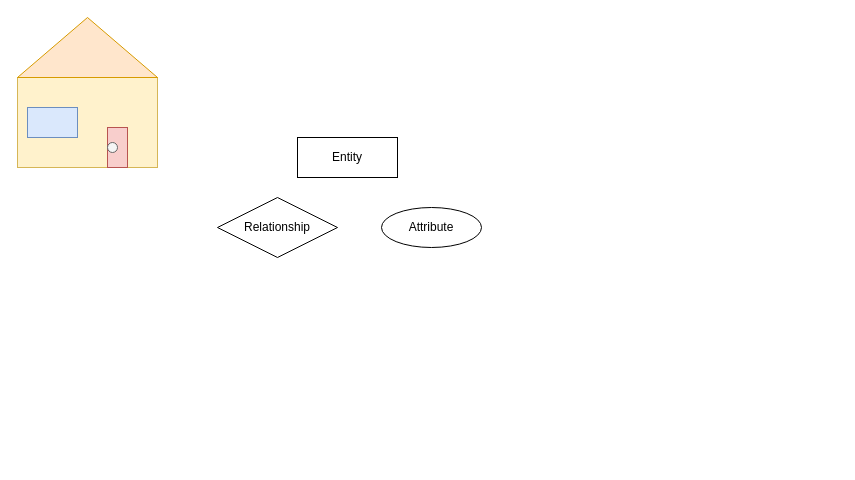
Earlier version of the draw.io diagram pratica1_banco_de_dados.drawio (ngdx4/banco_de_dados1). Source tidied: cells renumbered, new cells numbered last; positions are measured from the earlier drawing's top-left corner, leaving out a move shared by most shapes. Both pictures are drawn from the tidied source at 100%, with x=0, y=0 at pixel (17, 17).
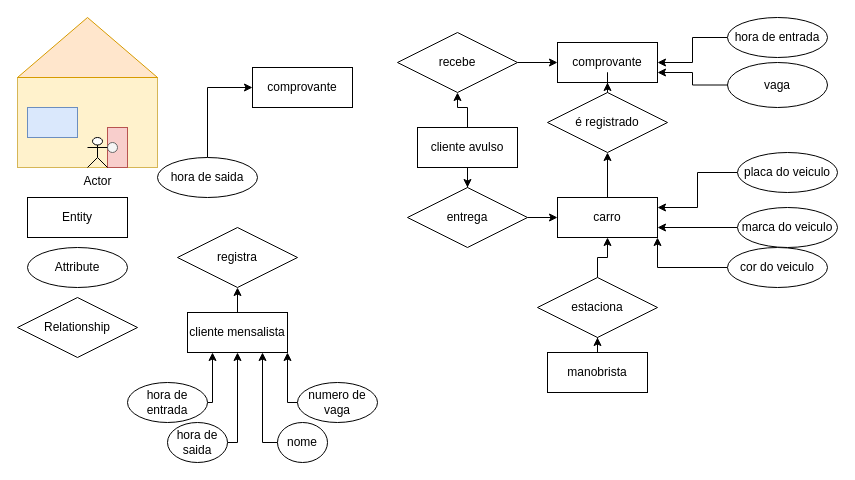
After the change.

Diff of the diagram source:
```diff
@@
     <mxCell id="7" value="Relationship" style="shape=rhombus;perimeter=rhombusPerimeter;whiteSpace=wrap;html=1;align=center;" parent="1" vertex="1">
-      <mxGeometry x="200" y="180" width="120" height="60" as="geometry" />
+      <mxGeometry y="280" width="120" height="60" as="geometry" />
     </mxCell>
     <mxCell id="8" value="Attribute" style="ellipse;whiteSpace=wrap;html=1;align=center;" parent="1" vertex="1">
-      <mxGeometry x="364" y="190" width="100" height="40" as="geometry" />
+      <mxGeometry x="10" y="230" width="100" height="40" as="geometry" />
     </mxCell>
     <mxCell id="9" value="Entity" style="whiteSpace=wrap;html=1;align=center;" parent="1" vertex="1">
-      <mxGeometry x="280" y="120" width="100" height="40" as="geometry" />
+      <mxGeometry x="10" y="180" width="100" height="40" as="geometry" />
     </mxCell>
+    <mxCell id="10" style="edgeStyle=orthogonalEdgeStyle;rounded=0;jettySize=auto;html=1;entryX=0.5;entryY=1;entryDx=0;entryDy=0;" parent="1" edge="1" source="11" target="45">
+      <mxGeometry relative="1" as="geometry" />
+    </mxCell>
+    <mxCell id="11" value="carro" style="whiteSpace=wrap;html=1;align=center;" parent="1" vertex="1">
+      <mxGeometry x="540" y="180" width="100" height="40" as="geometry" />
+    </mxCell>
+    <mxCell id="12" style="edgeStyle=orthogonalEdgeStyle;rounded=0;jettySize=auto;html=1;entryX=1;entryY=1;entryDx=0;entryDy=0;" parent="1" edge="1" source="13" target="11">
+      <mxGeometry relative="1" as="geometry" />
+    </mxCell>
+    <mxCell id="13" value="cor do veiculo" style="ellipse;whiteSpace=wrap;html=1;align=center;" parent="1" vertex="1">
+      <mxGeometry x="710" y="230" width="100" height="40" as="geometry" />
+    </mxCell>
+    <mxCell id="14" style="edgeStyle=orthogonalEdgeStyle;rounded=0;jettySize=auto;html=1;entryX=1;entryY=0.75;entryDx=0;entryDy=0;" parent="1" edge="1" source="15" target="11">
+      <mxGeometry relative="1" as="geometry" />
+    </mxCell>
+    <mxCell id="15" value="marca do veiculo" style="ellipse;whiteSpace=wrap;html=1;align=center;" parent="1" vertex="1">
+      <mxGeometry x="720" y="190" width="100" height="40" as="geometry" />
+    </mxCell>
+    <mxCell id="16" style="edgeStyle=orthogonalEdgeStyle;rounded=0;jettySize=auto;html=1;entryX=1;entryY=0.25;entryDx=0;entryDy=0;" parent="1" edge="1" source="17" target="11">
+      <mxGeometry relative="1" as="geometry" />
+    </mxCell>
+    <mxCell id="17" value="placa do veiculo" style="ellipse;whiteSpace=wrap;html=1;align=center;" parent="1" vertex="1">
+      <mxGeometry x="720" y="135" width="100" height="40" as="geometry" />
+    </mxCell>
+    <mxCell id="18" value="comprovante" style="whiteSpace=wrap;html=1;align=center;" parent="1" vertex="1">
+      <mxGeometry x="540" y="25" width="100" height="40" as="geometry" />
+    </mxCell>
+    <mxCell id="19" style="edgeStyle=orthogonalEdgeStyle;rounded=0;jettySize=auto;html=1;entryX=1;entryY=0.75;entryDx=0;entryDy=0;" parent="1" edge="1" source="20" target="18">
+      <mxGeometry relative="1" as="geometry" />
+    </mxCell>
+    <mxCell id="20" value="vaga" style="ellipse;whiteSpace=wrap;html=1;align=center;" parent="1" vertex="1">
+      <mxGeometry x="710" y="45" width="100" height="45" as="geometry" />
+    </mxCell>
+    <mxCell id="21" style="edgeStyle=orthogonalEdgeStyle;rounded=0;jettySize=auto;html=1;entryX=1;entryY=0.5;entryDx=0;entryDy=0;" parent="1" edge="1" source="22" target="18">
+      <mxGeometry relative="1" as="geometry" />
+    </mxCell>
+    <mxCell id="22" value="hora de entrada" style="ellipse;whiteSpace=wrap;html=1;align=center;" parent="1" vertex="1">
+      <mxGeometry x="710" width="100" height="40" as="geometry" />
+    </mxCell>
+    <mxCell id="23" value="Actor" style="shape=umlActor;verticalLabelPosition=bottom;verticalAlign=top;html=1;" parent="1" vertex="1">
+      <mxGeometry x="70" y="120" width="20" height="30" as="geometry" />
+    </mxCell>
+    <mxCell id="24" style="edgeStyle=orthogonalEdgeStyle;rounded=0;jettySize=auto;html=1;entryX=0;entryY=0.5;entryDx=0;entryDy=0;" parent="1" edge="1" source="25" target="18">
+      <mxGeometry relative="1" as="geometry" />
+    </mxCell>
+    <mxCell id="25" value="recebe" style="shape=rhombus;perimeter=rhombusPerimeter;whiteSpace=wrap;html=1;align=center;" parent="1" vertex="1">
+      <mxGeometry x="380" y="15" width="120" height="60" as="geometry" />
+    </mxCell>
+    <mxCell id="26" style="edgeStyle=orthogonalEdgeStyle;rounded=0;jettySize=auto;html=1;entryX=0.5;entryY=1;entryDx=0;entryDy=0;" parent="1" edge="1" source="27" target="28">
+      <mxGeometry relative="1" as="geometry" />
+    </mxCell>
+    <mxCell id="27" value="cliente mensalista" style="whiteSpace=wrap;html=1;align=center;" parent="1" vertex="1">
+      <mxGeometry x="170" y="295" width="100" height="40" as="geometry" />
+    </mxCell>
+    <mxCell id="28" value="registra" style="shape=rhombus;perimeter=rhombusPerimeter;whiteSpace=wrap;html=1;align=center;" parent="1" vertex="1">
+      <mxGeometry x="160" y="210" width="120" height="60" as="geometry" />
+    </mxCell>
+    <mxCell id="29" style="edgeStyle=orthogonalEdgeStyle;rounded=0;jettySize=auto;html=1;entryX=1;entryY=1;entryDx=0;entryDy=0;" parent="1" edge="1" source="30" target="27">
+      <mxGeometry relative="1" as="geometry">
+        <Array as="points">
+          <mxPoint x="270" y="385" />
+        </Array>
+      </mxGeometry>
+    </mxCell>
+    <mxCell id="30" value="numero de vaga" style="ellipse;whiteSpace=wrap;html=1;align=center;" parent="1" vertex="1">
+      <mxGeometry x="280" y="365" width="80" height="40" as="geometry" />
+    </mxCell>
+    <mxCell id="31" style="edgeStyle=orthogonalEdgeStyle;rounded=0;jettySize=auto;html=1;entryX=0.25;entryY=1;entryDx=0;entryDy=0;" parent="1" edge="1" source="32" target="27">
+      <mxGeometry relative="1" as="geometry">
+        <Array as="points">
+          <mxPoint x="195" y="385" />
+        </Array>
+      </mxGeometry>
+    </mxCell>
+    <mxCell id="32" value="hora de entrada" style="ellipse;whiteSpace=wrap;html=1;align=center;" parent="1" vertex="1">
+      <mxGeometry x="110" y="365" width="80" height="40" as="geometry" />
+    </mxCell>
+    <mxCell id="33" style="edgeStyle=orthogonalEdgeStyle;rounded=0;jettySize=auto;html=1;entryX=0.75;entryY=1;entryDx=0;entryDy=0;" parent="1" edge="1" source="36" target="27">
+      <mxGeometry relative="1" as="geometry">
+        <Array as="points">
+          <mxPoint x="245" y="425" />
+        </Array>
+      </mxGeometry>
+    </mxCell>
+    <mxCell id="34" style="edgeStyle=orthogonalEdgeStyle;rounded=0;jettySize=auto;html=1;entryX=0.5;entryY=1;entryDx=0;entryDy=0;" parent="1" edge="1" source="35" target="27">
+      <mxGeometry relative="1" as="geometry">
+        <Array as="points">
+          <mxPoint x="220" y="425" />
+        </Array>
+      </mxGeometry>
+    </mxCell>
+    <mxCell id="35" value="hora de saida" style="ellipse;whiteSpace=wrap;html=1;align=center;" parent="1" vertex="1">
+      <mxGeometry x="150" y="405" width="60" height="40" as="geometry" />
+    </mxCell>
+    <mxCell id="36" value="nome" style="ellipse;whiteSpace=wrap;html=1;align=center;" parent="1" vertex="1">
+      <mxGeometry x="260" y="405" width="50" height="40" as="geometry" />
+    </mxCell>
+    <mxCell id="37" style="edgeStyle=orthogonalEdgeStyle;rounded=0;jettySize=auto;html=1;entryX=0.5;entryY=1;entryDx=0;entryDy=0;" parent="1" edge="1" source="39" target="25">
+      <mxGeometry relative="1" as="geometry" />
+    </mxCell>
+    <mxCell id="38" style="edgeStyle=orthogonalEdgeStyle;rounded=0;jettySize=auto;html=1;entryX=0.5;entryY=0;entryDx=0;entryDy=0;" parent="1" edge="1" source="39" target="50">
+      <mxGeometry relative="1" as="geometry" />
+    </mxCell>
+    <mxCell id="39" value="cliente avulso" style="whiteSpace=wrap;html=1;align=center;" parent="1" vertex="1">
+      <mxGeometry x="400" y="110" width="100" height="40" as="geometry" />
+    </mxCell>
+    <mxCell id="40" style="edgeStyle=orthogonalEdgeStyle;rounded=0;jettySize=auto;html=1;entryX=0.5;entryY=1;entryDx=0;entryDy=0;" parent="1" edge="1" source="41" target="43">
+      <mxGeometry relative="1" as="geometry" />
+    </mxCell>
+    <mxCell id="41" value="manobrista" style="whiteSpace=wrap;html=1;align=center;" parent="1" vertex="1">
+      <mxGeometry x="530" y="335" width="100" height="40" as="geometry" />
+    </mxCell>
+    <mxCell id="42" style="edgeStyle=orthogonalEdgeStyle;rounded=0;jettySize=auto;html=1;entryX=0.5;entryY=1;entryDx=0;entryDy=0;" parent="1" edge="1" source="43" target="11">
+      <mxGeometry relative="1" as="geometry" />
+    </mxCell>
+    <mxCell id="43" value="estaciona" style="shape=rhombus;perimeter=rhombusPerimeter;whiteSpace=wrap;html=1;align=center;" parent="1" vertex="1">
+      <mxGeometry x="520" y="260" width="120" height="60" as="geometry" />
+    </mxCell>
+    <mxCell id="44" style="edgeStyle=orthogonalEdgeStyle;rounded=0;jettySize=auto;html=1;entryX=0.5;entryY=1;entryDx=0;entryDy=0;" parent="1" edge="1" source="45" target="18">
+      <mxGeometry relative="1" as="geometry" />
+    </mxCell>
+    <mxCell id="45" value="é registrado" style="shape=rhombus;perimeter=rhombusPerimeter;whiteSpace=wrap;html=1;align=center;" parent="1" vertex="1">
+      <mxGeometry x="530" y="75" width="120" height="60" as="geometry" />
+    </mxCell>
+    <mxCell id="46" style="edgeStyle=orthogonalEdgeStyle;rounded=0;jettySize=auto;html=1;entryX=0;entryY=0.5;entryDx=0;entryDy=0;" parent="1" edge="1" source="47" target="48">
+      <mxGeometry relative="1" as="geometry" />
+    </mxCell>
+    <mxCell id="47" value="hora de saida" style="ellipse;whiteSpace=wrap;html=1;align=center;" parent="1" vertex="1">
+      <mxGeometry x="140" y="140" width="100" height="40" as="geometry" />
+    </mxCell>
+    <mxCell id="48" value="comprovante" style="whiteSpace=wrap;html=1;align=center;" parent="1" vertex="1">
+      <mxGeometry x="235" y="50" width="100" height="40" as="geometry" />
+    </mxCell>
+    <mxCell id="49" style="edgeStyle=orthogonalEdgeStyle;rounded=0;jettySize=auto;html=1;entryX=0;entryY=0.5;entryDx=0;entryDy=0;" parent="1" edge="1" source="50" target="11">
+      <mxGeometry relative="1" as="geometry" />
+    </mxCell>
+    <mxCell id="50" value="entrega" style="shape=rhombus;perimeter=rhombusPerimeter;whiteSpace=wrap;html=1;align=center;" parent="1" vertex="1">
+      <mxGeometry x="390" y="170" width="120" height="60" as="geometry" />
+    </mxCell>
```
